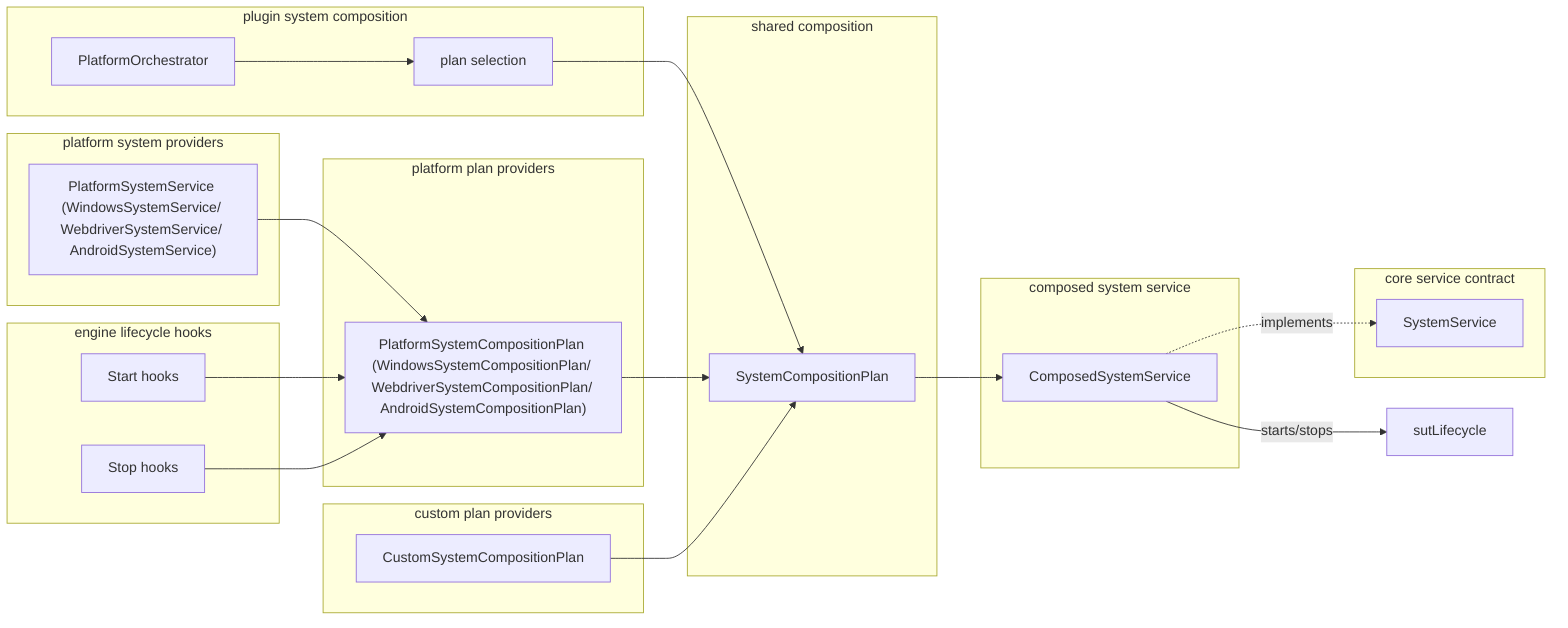
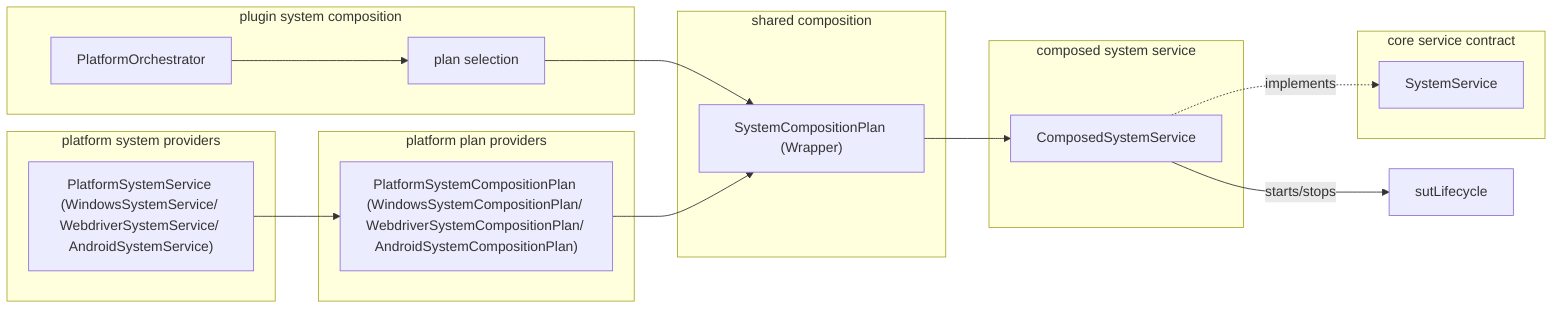
flowchart LR

    subgraph PluginComposition["plugin system composition"]
        Orchestrator["PlatformOrchestrator"]
        PlanSelection["plan selection"]
    end

    subgraph SharedContexts["shared composition"]
-         SystemPlan["SystemCompositionPlan"]
+         SystemPlan["SystemCompositionPlan (Wrapper)"]
    end

    subgraph PlatformPlanProviders["platform plan providers"]
        PlatformPlan["PlatformSystemCompositionPlan (WindowsSystemCompositionPlan/ WebdriverSystemCompositionPlan/ AndroidSystemCompositionPlan)"]
-     end
- 
-     subgraph CustomPlanProviders["custom plan providers"]
-         CustomPlan["CustomSystemCompositionPlan"]
    end

    subgraph CoreSystem["core service contract"]
        SystemService["SystemService"]
    end

    subgraph ComposedSystem["composed system service"]
        ComposedSystemService["ComposedSystemService"]
    end

    subgraph PlatformSystemProviders["platform system providers"]
        PlatformSystemService["PlatformSystemService (WindowsSystemService/ WebdriverSystemService/ AndroidSystemService)"]
    end

-     subgraph EngineHooks["engine lifecycle hooks"]
-         StartHooks["Start hooks"]
-         StopHooks["Stop hooks"]
-     end
- 
    Orchestrator --> PlanSelection

    PlanSelection --> SystemPlan

    PlatformSystemService --> PlatformPlan
-     StartHooks --> PlatformPlan
-     StopHooks --> PlatformPlan

    PlatformPlan --> SystemPlan
-     CustomPlan --> SystemPlan

    ComposedSystemService -. implements .-> SystemService

    SystemPlan --> ComposedSystemService

    ComposedSystemService -- "starts/stops" --> sutLifecycle
